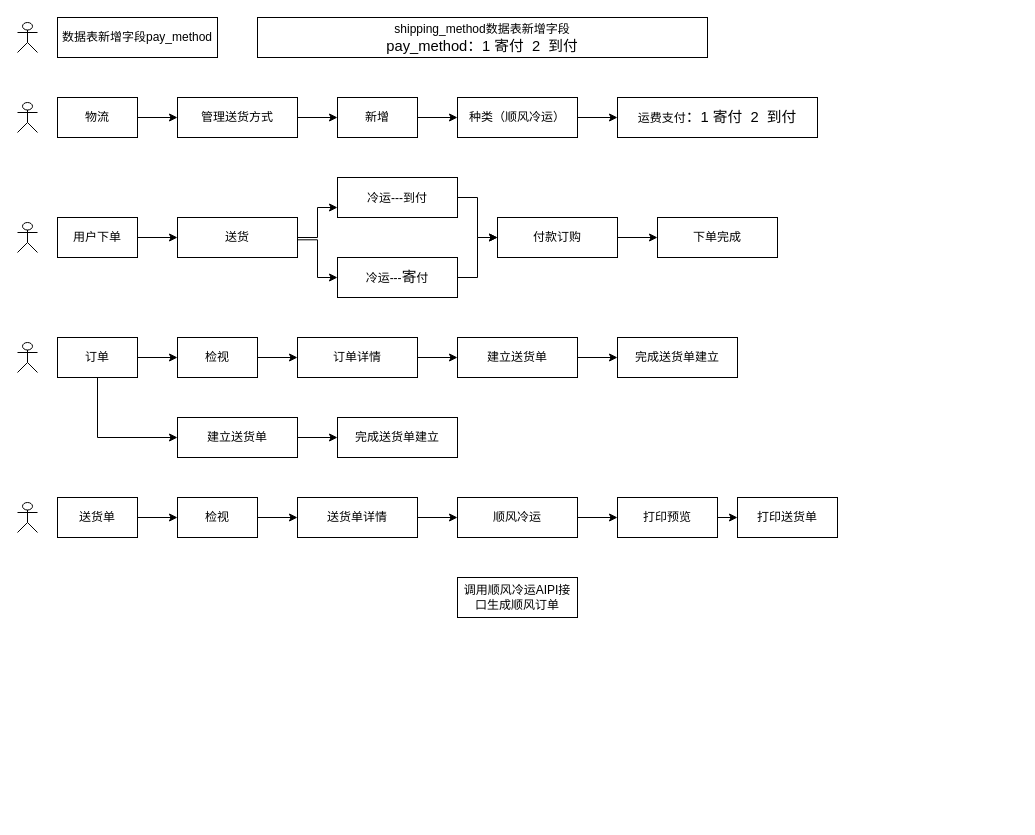
The draw.io diagram w2kmeDiagram.drawio in w2kme/myweb, before the edit. Source tidied: cells renumbered, new cells numbered last; positions are measured from the earlier drawing's top-left corner, leaving out a move shared by most shapes. Both pictures are drawn from the tidied source at 100%, with x=0, y=0 at pixel (17, 17).
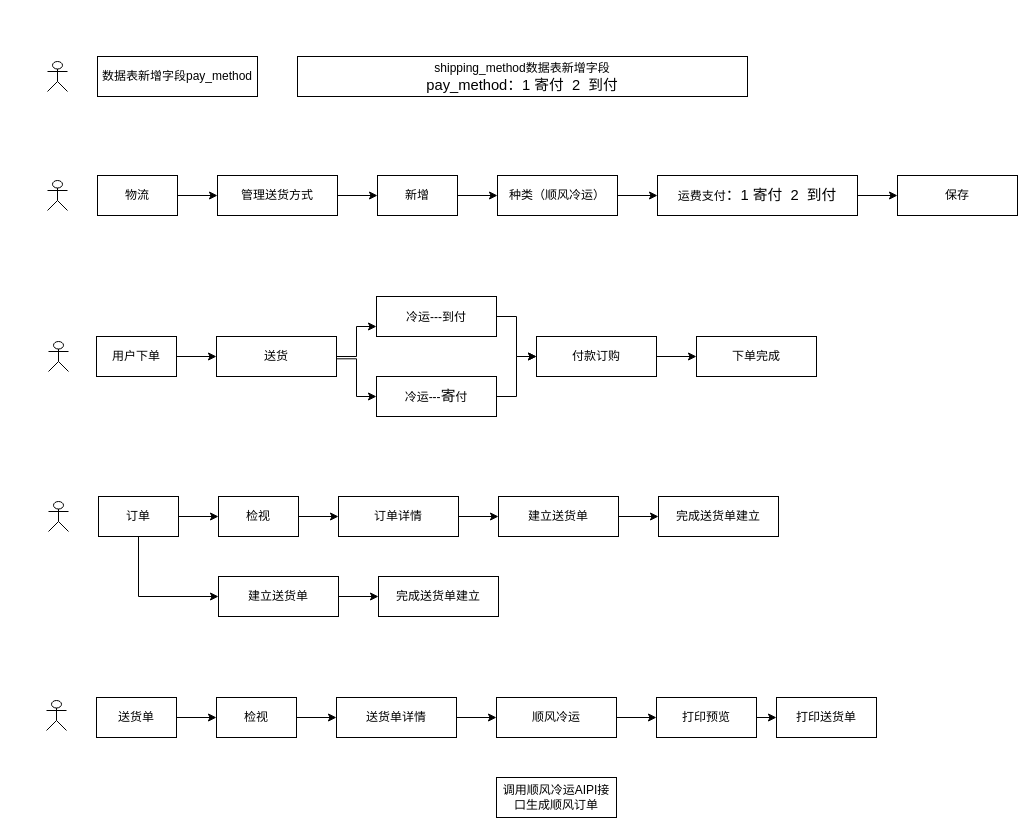
After the change.

Change to the diagram source:
```diff
@@
     <mxCell id="3" value="物流" style="rounded=0;whiteSpace=wrap;html=1;" parent="1" vertex="1">
-      <mxGeometry x="40" y="80" width="80" height="40" as="geometry" />
+      <mxGeometry x="80" y="158" width="80" height="40" as="geometry" />
     </mxCell>
     <mxCell id="4" value="数据表新增字段pay_method" style="rounded=0;whiteSpace=wrap;html=1;" parent="1" vertex="1">
-      <mxGeometry x="40" width="160" height="40" as="geometry" />
+      <mxGeometry x="80" y="39" width="160" height="40" as="geometry" />
     </mxCell>
@@
     <mxCell id="6" value="新增" style="rounded=0;whiteSpace=wrap;html=1;" parent="1" vertex="1">
-      <mxGeometry x="320" y="80" width="80" height="40" as="geometry" />
+      <mxGeometry x="360" y="158" width="80" height="40" as="geometry" />
     </mxCell>
     <mxCell id="7" value="&lt;div&gt;shipping_method数据表新增字段&lt;span style=&quot;font-size: 11.04pt ; font-family: &amp;#34;calibri&amp;#34; ; color: rgb(0 , 0 , 0)&quot;&gt;&lt;br&gt;&lt;/span&gt;&lt;div align=&quot;left&quot;&gt;&lt;span style=&quot;font-size: 11.04pt ; font-family: &amp;#34;calibri&amp;#34; ; color: rgb(0 , 0 , 0)&quot;&gt;pay_method：1 寄付&amp;nbsp; 2&amp;nbsp; 到付&lt;br&gt;&lt;/span&gt;&lt;/div&gt;&lt;/div&gt;" style="rounded=0;whiteSpace=wrap;html=1;" parent="1" vertex="1">
-      <mxGeometry x="240" width="450" height="40" as="geometry" />
+      <mxGeometry x="280" y="39" width="450" height="40" as="geometry" />
     </mxCell>
@@
     <mxCell id="9" value="管理送货方式" style="rounded=0;whiteSpace=wrap;html=1;" parent="1" vertex="1">
-      <mxGeometry x="160" y="80" width="120" height="40" as="geometry" />
+      <mxGeometry x="200" y="158" width="120" height="40" as="geometry" />
     </mxCell>
@@
     <mxCell id="11" value="种类（顺风冷运）" style="rounded=0;whiteSpace=wrap;html=1;" parent="1" vertex="1">
-      <mxGeometry x="440" y="80" width="120" height="40" as="geometry" />
+      <mxGeometry x="480" y="158" width="120" height="40" as="geometry" />
     </mxCell>
+    <mxCell id="55" style="edgeStyle=orthogonalEdgeStyle;rounded=0;jettySize=auto;html=1;exitX=1;exitY=0.5;exitDx=0;exitDy=0;" parent="1" edge="1" source="12" target="56">
+      <mxGeometry relative="1" as="geometry" />
+    </mxCell>
     <mxCell id="12" value="&lt;div&gt;运费支付&lt;span style=&quot;font-size: 11.04pt ; font-family: &amp;#34;calibri&amp;#34; ; color: rgb(0 , 0 , 0)&quot;&gt;：1 &lt;/span&gt;&lt;span style=&quot;font-size: 11.04pt ; font-family: &amp;#34;calibri&amp;#34; ; color: rgb(0 , 0 , 0)&quot;&gt;&lt;span style=&quot;font-size: 11.04pt ; font-family: &amp;#34;calibri&amp;#34; ; color: rgb(0 , 0 , 0)&quot;&gt;寄&lt;/span&gt;付&amp;nbsp; 2&amp;nbsp; 到付&lt;br&gt;&lt;/span&gt;&lt;span style=&quot;font-size: 11.04pt ; font-family: &amp;#34;calibri&amp;#34; ; color: rgb(0 , 0 , 0)&quot;&gt;&lt;/span&gt;&lt;/div&gt;" style="rounded=0;whiteSpace=wrap;html=1;" parent="1" vertex="1">
-      <mxGeometry x="600" y="80" width="200" height="40" as="geometry" />
+      <mxGeometry x="640" y="158" width="200" height="40" as="geometry" />
     </mxCell>
@@
     <mxCell id="14" value="用户下单" style="rounded=0;whiteSpace=wrap;html=1;" parent="1" vertex="1">
-      <mxGeometry x="40" y="200" width="80" height="40" as="geometry" />
+      <mxGeometry x="79" y="319" width="80" height="40" as="geometry" />
     </mxCell>
@@
     <mxCell id="16" style="edgeStyle=orthogonalEdgeStyle;rounded=0;jettySize=auto;html=1;exitX=0.997;exitY=0.558;exitDx=0;exitDy=0;entryX=0;entryY=0.5;entryDx=0;entryDy=0;exitPerimeter=0;" parent="1" edge="1" source="17" target="21">
       <mxGeometry relative="1" as="geometry">
         <Array as="points">
-          <mxPoint x="300" y="222" />
-          <mxPoint x="300" y="260" />
+          <mxPoint x="339" y="341" />
+          <mxPoint x="339" y="379" />
         </Array>
       </mxGeometry>
     </mxCell>
     <mxCell id="17" value="送货" style="rounded=0;whiteSpace=wrap;html=1;" parent="1" vertex="1">
-      <mxGeometry x="160" y="200" width="120" height="40" as="geometry" />
+      <mxGeometry x="199" y="319" width="120" height="40" as="geometry" />
     </mxCell>
@@
     <mxCell id="19" value="&lt;div&gt;冷运---到付&lt;span style=&quot;font-size: 11.04pt ; font-family: &amp;#34;calibri&amp;#34; ; color: rgb(0 , 0 , 0)&quot;&gt;&lt;br&gt;&lt;/span&gt;&lt;span style=&quot;font-size: 11.04pt ; font-family: &amp;#34;calibri&amp;#34; ; color: rgb(0 , 0 , 0)&quot;&gt;&lt;/span&gt;&lt;/div&gt;" style="rounded=0;whiteSpace=wrap;html=1;" parent="1" vertex="1">
-      <mxGeometry x="320" y="160" width="120" height="40" as="geometry" />
+      <mxGeometry x="359" y="279" width="120" height="40" as="geometry" />
     </mxCell>
     <mxCell id="20" style="edgeStyle=orthogonalEdgeStyle;rounded=0;jettySize=auto;html=1;exitX=1;exitY=0.5;exitDx=0;exitDy=0;" parent="1" edge="1" source="21">
       <mxGeometry relative="1" as="geometry">
-        <mxPoint x="480" y="220" as="targetPoint" />
+        <mxPoint x="519" y="339" as="targetPoint" />
         <Array as="points">
-          <mxPoint x="460" y="260" />
-          <mxPoint x="460" y="220" />
+          <mxPoint x="499" y="379" />
+          <mxPoint x="499" y="339" />
         </Array>
       </mxGeometry>
     </mxCell>
     <mxCell id="21" value="&lt;div&gt;冷运---&lt;span style=&quot;font-size: 11.04pt ; font-family: &amp;#34;calibri&amp;#34; ; color: rgb(0 , 0 , 0)&quot;&gt;寄&lt;/span&gt;付&lt;span style=&quot;font-size: 11.04pt ; font-family: &amp;#34;calibri&amp;#34; ; color: rgb(0 , 0 , 0)&quot;&gt;&lt;br&gt;&lt;/span&gt;&lt;span style=&quot;font-size: 11.04pt ; font-family: &amp;#34;calibri&amp;#34; ; color: rgb(0 , 0 , 0)&quot;&gt;&lt;/span&gt;&lt;/div&gt;" style="rounded=0;whiteSpace=wrap;html=1;" parent="1" vertex="1">
-      <mxGeometry x="320" y="240" width="120" height="40" as="geometry" />
+      <mxGeometry x="359" y="359" width="120" height="40" as="geometry" />
     </mxCell>
@@
     <mxCell id="23" value="付款订购" style="rounded=0;whiteSpace=wrap;html=1;" parent="1" vertex="1">
-      <mxGeometry x="480" y="200" width="120" height="40" as="geometry" />
+      <mxGeometry x="519" y="319" width="120" height="40" as="geometry" />
     </mxCell>
     <mxCell id="24" value="下单完成" style="rounded=0;whiteSpace=wrap;html=1;" parent="1" vertex="1">
-      <mxGeometry x="640" y="200" width="120" height="40" as="geometry" />
+      <mxGeometry x="679" y="319" width="120" height="40" as="geometry" />
     </mxCell>
     <mxCell id="25" style="shape=umlActor;verticalLabelPosition=bottom;verticalAlign=top;html=1;" parent="1" vertex="1">
-      <mxGeometry y="5" width="20" height="30" as="geometry" />
+      <mxGeometry x="30" y="44" width="20" height="30" as="geometry" />
     </mxCell>
     <mxCell id="26" style="shape=umlActor;verticalLabelPosition=bottom;verticalAlign=top;html=1;" parent="1" vertex="1">
-      <mxGeometry y="85" width="20" height="30" as="geometry" />
+      <mxGeometry x="30" y="163" width="20" height="30" as="geometry" />
     </mxCell>
     <mxCell id="27" style="shape=umlActor;verticalLabelPosition=bottom;verticalAlign=top;html=1;" parent="1" vertex="1">
-      <mxGeometry y="205" width="20" height="30" as="geometry" />
+      <mxGeometry x="31" y="324" width="20" height="30" as="geometry" />
     </mxCell>
@@
     <mxCell id="30" value="订单" style="rounded=0;whiteSpace=wrap;html=1;" parent="1" vertex="1">
-      <mxGeometry x="40" y="320" width="80" height="40" as="geometry" />
+      <mxGeometry x="81" y="479" width="80" height="40" as="geometry" />
     </mxCell>
@@
     <mxCell id="32" value="检视" style="rounded=0;whiteSpace=wrap;html=1;" parent="1" vertex="1">
-      <mxGeometry x="160" y="320" width="80" height="40" as="geometry" />
+      <mxGeometry x="201" y="479" width="80" height="40" as="geometry" />
     </mxCell>
@@
     <mxCell id="34" value="建立送货单" style="rounded=0;whiteSpace=wrap;html=1;" parent="1" vertex="1">
-      <mxGeometry x="440" y="320" width="120" height="40" as="geometry" />
+      <mxGeometry x="481" y="479" width="120" height="40" as="geometry" />
     </mxCell>
@@
     <mxCell id="36" value="订单详情" style="rounded=0;whiteSpace=wrap;html=1;" parent="1" vertex="1">
-      <mxGeometry x="280" y="320" width="120" height="40" as="geometry" />
+      <mxGeometry x="321" y="479" width="120" height="40" as="geometry" />
     </mxCell>
     <mxCell id="37" value="完成送货单建立" style="rounded=0;whiteSpace=wrap;html=1;" parent="1" vertex="1">
-      <mxGeometry x="600" y="320" width="120" height="40" as="geometry" />
+      <mxGeometry x="641" y="479" width="120" height="40" as="geometry" />
     </mxCell>
     <mxCell id="38" style="shape=umlActor;verticalLabelPosition=bottom;verticalAlign=top;html=1;" parent="1" vertex="1">
-      <mxGeometry y="325" width="20" height="30" as="geometry" />
+      <mxGeometry x="31" y="484" width="20" height="30" as="geometry" />
     </mxCell>
@@
     <mxCell id="40" value="建立送货单" style="rounded=0;whiteSpace=wrap;html=1;" parent="1" vertex="1">
-      <mxGeometry x="160" y="400" width="120" height="40" as="geometry" />
+      <mxGeometry x="201" y="559" width="120" height="40" as="geometry" />
     </mxCell>
     <mxCell id="41" value="完成送货单建立" style="rounded=0;whiteSpace=wrap;html=1;" parent="1" vertex="1">
-      <mxGeometry x="320" y="400" width="120" height="40" as="geometry" />
+      <mxGeometry x="361" y="559" width="120" height="40" as="geometry" />
     </mxCell>
@@
     <mxCell id="43" value="送货单" style="rounded=0;whiteSpace=wrap;html=1;" parent="1" vertex="1">
-      <mxGeometry x="40" y="480" width="80" height="40" as="geometry" />
+      <mxGeometry x="79" y="680" width="80" height="40" as="geometry" />
     </mxCell>
@@
     <mxCell id="45" value="检视" style="rounded=0;whiteSpace=wrap;html=1;" parent="1" vertex="1">
-      <mxGeometry x="160" y="480" width="80" height="40" as="geometry" />
+      <mxGeometry x="199" y="680" width="80" height="40" as="geometry" />
     </mxCell>
@@
     <mxCell id="47" value="送货单详情" style="rounded=0;whiteSpace=wrap;html=1;" parent="1" vertex="1">
-      <mxGeometry x="280" y="480" width="120" height="40" as="geometry" />
+      <mxGeometry x="319" y="680" width="120" height="40" as="geometry" />
     </mxCell>
@@
     <mxCell id="49" value="顺风冷运" style="rounded=0;whiteSpace=wrap;html=1;" parent="1" vertex="1">
-      <mxGeometry x="440" y="480" width="120" height="40" as="geometry" />
+      <mxGeometry x="479" y="680" width="120" height="40" as="geometry" />
     </mxCell>
     <mxCell id="50" value="调用顺风冷运AIPI接口生成顺风订单" style="rounded=0;whiteSpace=wrap;html=1;" parent="1" vertex="1">
-      <mxGeometry x="440" y="560" width="120" height="40" as="geometry" />
+      <mxGeometry x="479" y="760" width="120" height="40" as="geometry" />
     </mxCell>
@@
     <mxCell id="52" value="打印预览" style="rounded=0;whiteSpace=wrap;html=1;" parent="1" vertex="1">
-      <mxGeometry x="600" y="480" width="100" height="40" as="geometry" />
+      <mxGeometry x="639" y="680" width="100" height="40" as="geometry" />
     </mxCell>
     <mxCell id="53" value="打印送货单" style="rounded=0;whiteSpace=wrap;html=1;" parent="1" vertex="1">
-      <mxGeometry x="720" y="480" width="100" height="40" as="geometry" />
+      <mxGeometry x="759" y="680" width="100" height="40" as="geometry" />
     </mxCell>
     <mxCell id="54" style="shape=umlActor;verticalLabelPosition=bottom;verticalAlign=top;html=1;" parent="1" vertex="1">
-      <mxGeometry y="485" width="20" height="30" as="geometry" />
+      <mxGeometry x="29" y="683" width="20" height="30" as="geometry" />
     </mxCell>
+    <mxCell id="56" value="保存" style="rounded=0;whiteSpace=wrap;html=1;" parent="1" vertex="1">
+      <mxGeometry x="880" y="158" width="120" height="40" as="geometry" />
+    </mxCell>
```
